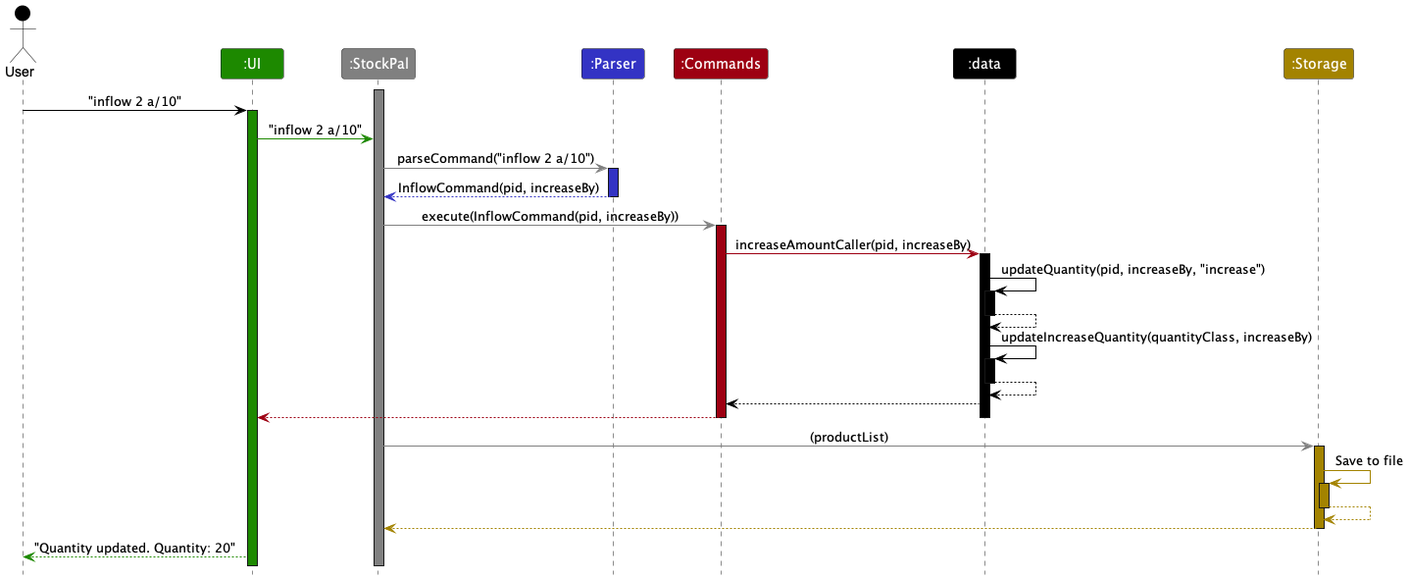
Above: docs/images/InflowCommandSequence.png in nus-cs2113-AY2324S2/tp (PlantUML), before the change.
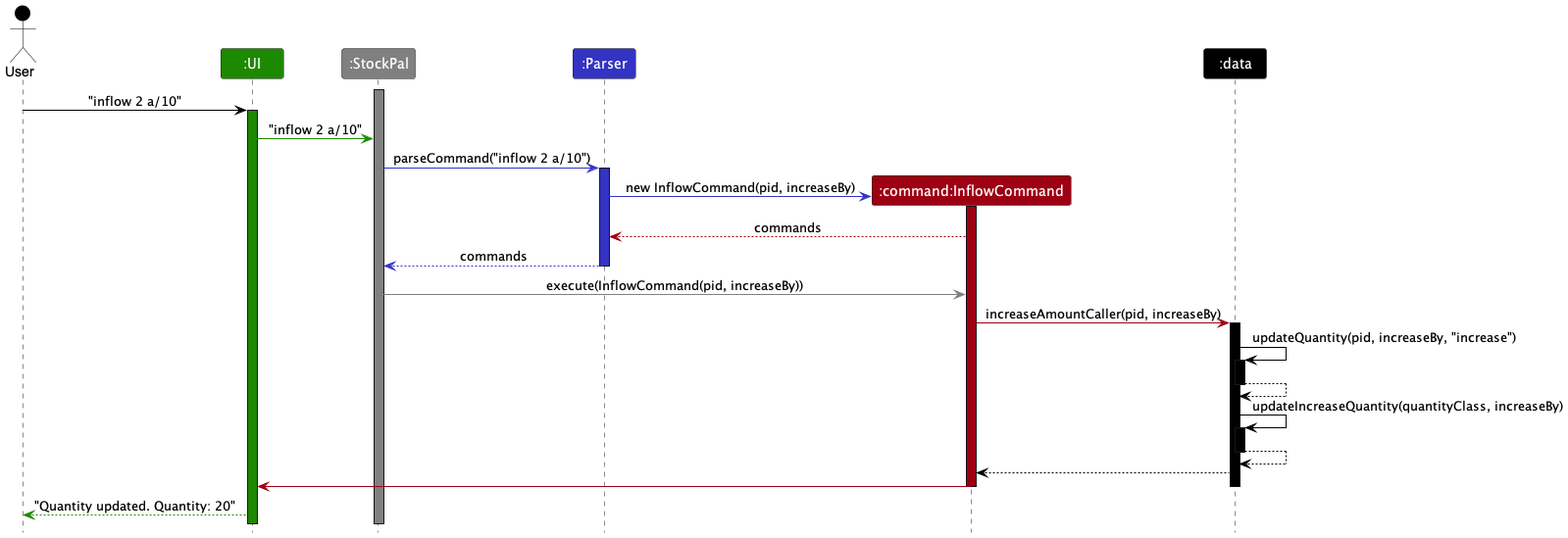
Above is the later version.

Commit message:
Edit sequence diagram

Diff of the diagram source:
```diff
@@ -6,26 +6,28 @@
 Participant ":UI" as ui UI_COLOR
 Participant ":StockPal" as stockpal STOCKPAL_COLOR
 Participant ":Parser" as parser PARSER_COLOR
-Participant ":Commands" as commands COMMANDS_COLOR
+Participant ":command:InflowCommand" as commands COMMANDS_COLOR
 Participant ":data" as data DATA_COLOR
-Participant ":Storage" as storage STORAGE_COLOR
 
 activate stockpal STOCKPAL_COLOR
 
 user -[USER_COLOR]> ui : "inflow 2 a/10"
 activate ui UI_COLOR
 
-ui -[UI_COLOR]>stockpal : "inflow 2 a/10"
+ui -[UI_COLOR]> stockpal : "inflow 2 a/10"
 
-stockpal -[STOCKPAL_COLOR]> parser : parseCommand("inflow 2 a/10")
+stockpal -[PARSER_COLOR]> parser : parseCommand("inflow 2 a/10")
 activate parser PARSER_COLOR
 
-parser --[PARSER_COLOR]> stockpal : InflowCommand(pid, increaseBy)
+create commands
+parser -[PARSER_COLOR]> commands : new InflowCommand(pid, increaseBy)
+activate commands COMMANDS_COLOR
+commands --[COMMANDS_COLOR]> parser : commands
+
+parser --[PARSER_COLOR]> stockpal : commands
 deactivate parser
 
 stockpal -[STOCKPAL_COLOR]> commands : execute(InflowCommand(pid, increaseBy))
-activate commands COMMANDS_COLOR
-
 commands -[COMMANDS_COLOR]> data : increaseAmountCaller(pid, increaseBy)
 activate data DATA_COLOR
 
@@ -41,21 +43,11 @@
 
 data --[DATA_COLOR]> commands
 
-commands --[COMMANDS_COLOR]> ui
+commands -[COMMANDS_COLOR]> ui
 
 deactivate commands
 deactivate data
 
-stockpal -[STOCKPAL_COLOR]> storage : (productList)
-activate storage STORAGE_COLOR
-storage -[STORAGE_COLOR]> storage : Save to file
-activate storage STORAGE_COLOR
-storage --[STORAGE_COLOR]> storage
-deactivate storage
-storage --[STORAGE_COLOR]> stockpal
-deactivate storage
-
-
 ui --[UI_COLOR]> user : "Quantity updated. Quantity: 20"
 
 @enduml
```
